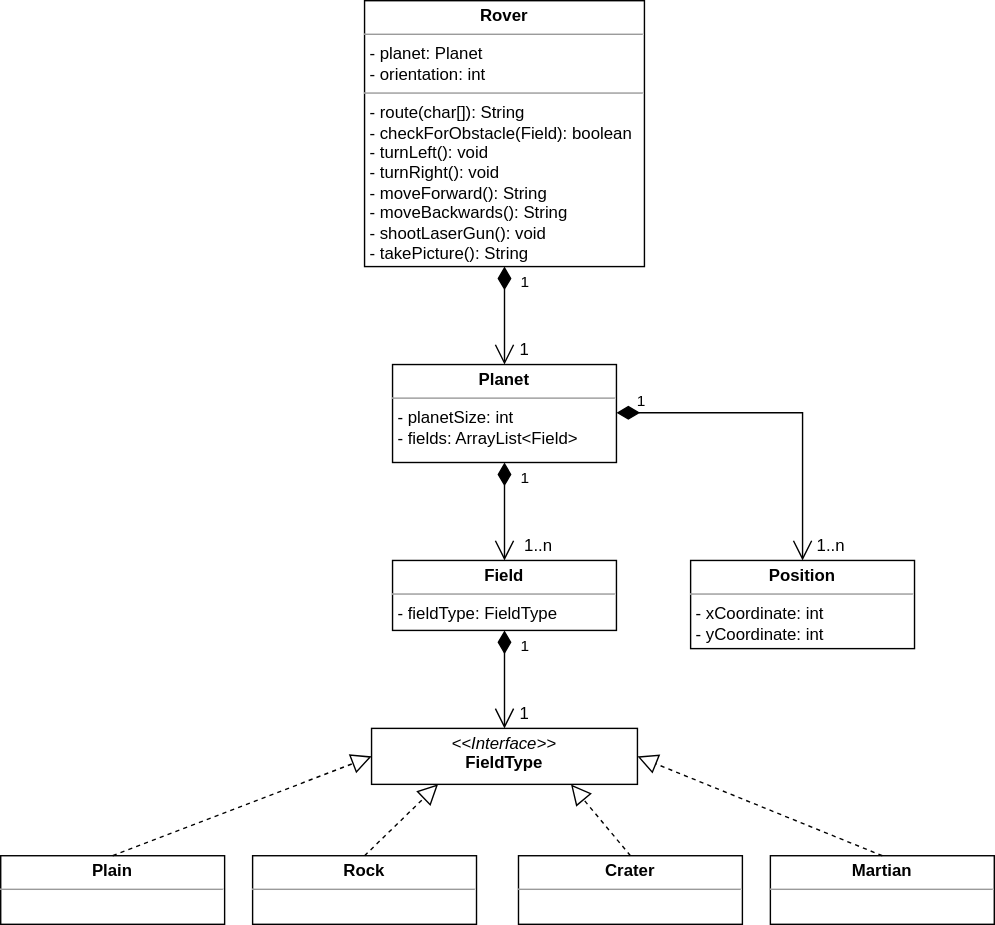
This is src/main/UML Diagram.svg from stefreschke/hwr-oop-project-template, a draw.io export, as it was before one commit. Source tidied: cells renumbered, new cells last; positions are measured from the earlier drawing's top-left corner, leaving out a move shared by most shapes.
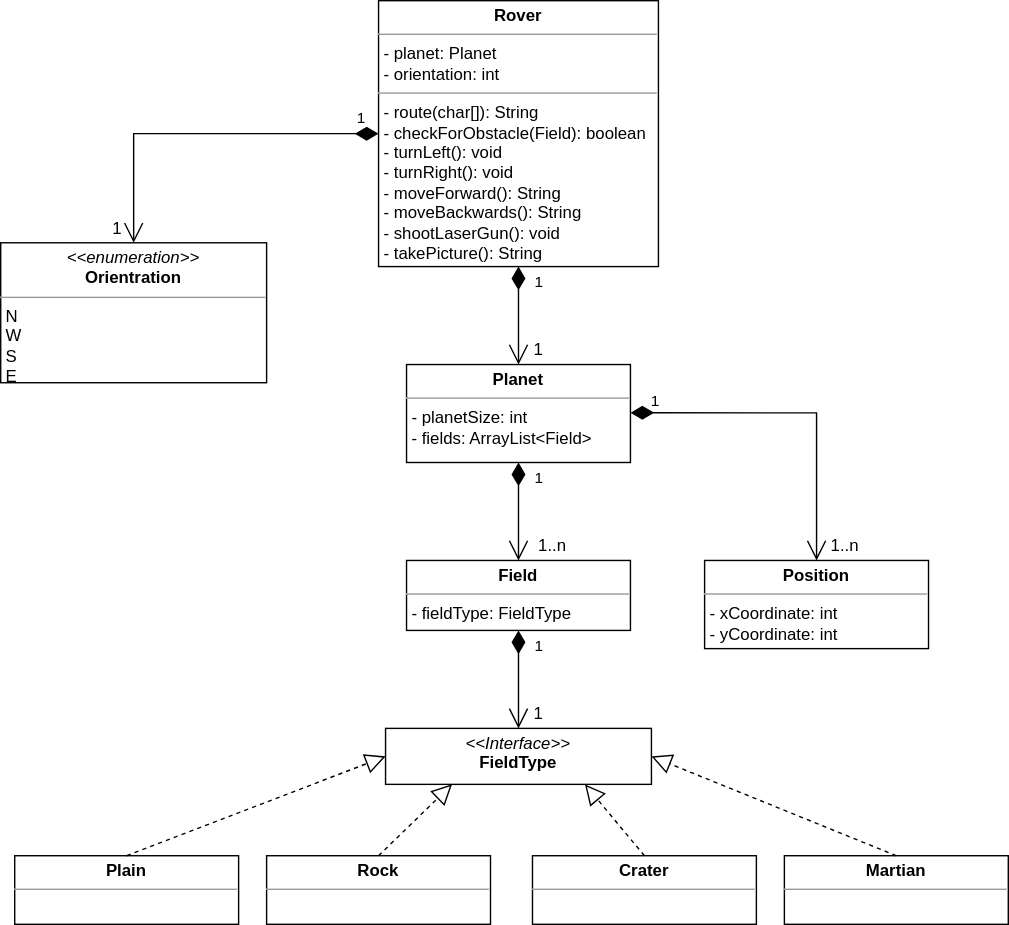
The same file after the commit.

Diff of the diagram source:
```diff
@@ -75,5 +75,14 @@
     <mxCell id="23" value="1..n" style="text;html=1;align=center;verticalAlign=middle;strokeColor=none;fillColor=none;" parent="1" vertex="1">
       <mxGeometry x="573" y="380" width="40" height="20" as="geometry" />
     </mxCell>
+    <mxCell id="24" value="&lt;p style=&quot;margin: 0px ; margin-top: 4px ; text-align: center&quot;&gt;&lt;i&gt;&amp;lt;&amp;lt;enumeration&amp;gt;&amp;gt;&lt;/i&gt;&lt;br&gt;&lt;b&gt;Orientration&lt;/b&gt;&lt;/p&gt;&lt;hr size=&quot;1&quot;&gt;&lt;p style=&quot;margin: 0px ; margin-left: 4px&quot;&gt;&lt;/p&gt;&lt;p style=&quot;margin: 0px ; margin-left: 4px&quot;&gt;N&lt;br&gt;W&lt;/p&gt;&lt;p style=&quot;margin: 0px ; margin-left: 4px&quot;&gt;S&lt;/p&gt;&lt;p style=&quot;margin: 0px ; margin-left: 4px&quot;&gt;E&lt;/p&gt;" style="verticalAlign=top;align=left;overflow=fill;fontSize=12;fontFamily=Helvetica;html=1;" parent="1" vertex="1">
+      <mxGeometry x="-10" y="173" width="190" height="100" as="geometry" />
+    </mxCell>
+    <mxCell id="25" value="1" style="endArrow=open;html=1;endSize=12;startArrow=diamondThin;startSize=14;startFill=1;edgeStyle=orthogonalEdgeStyle;align=left;verticalAlign=bottom;rounded=0;entryX=0.5;entryY=0;entryDx=0;entryDy=0;exitX=0;exitY=0.5;exitDx=0;exitDy=0;" parent="1" edge="1" source="2" target="24">
+      <mxGeometry x="-0.87" y="-2" relative="1" as="geometry" />
+    </mxCell>
+    <mxCell id="26" value="1" style="text;html=1;align=center;verticalAlign=middle;strokeColor=none;fillColor=none;" parent="1" vertex="1">
+      <mxGeometry x="63" y="153" width="20" height="20" as="geometry" />
+    </mxCell>
   </root>
 </mxGraphModel>
```
